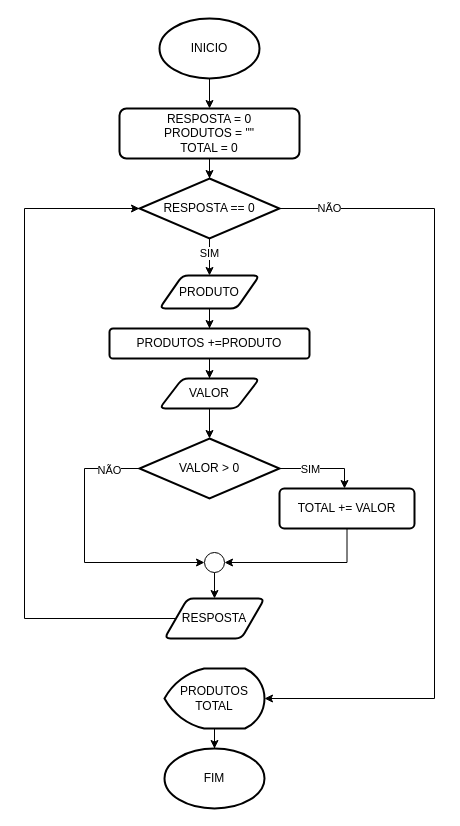
Above: Fluxo_Semana3_06.drawio in gabriel-carvalhos/fluxogramas-bootcamp-cdb (draw.io), before the change. Source tidied: cells renumbered, new cells numbered last; positions are measured from the earlier drawing's top-left corner, leaving out a move shared by most shapes. Both pictures are drawn from the tidied source at 100%, with x=0, y=0 at pixel (24, 18).
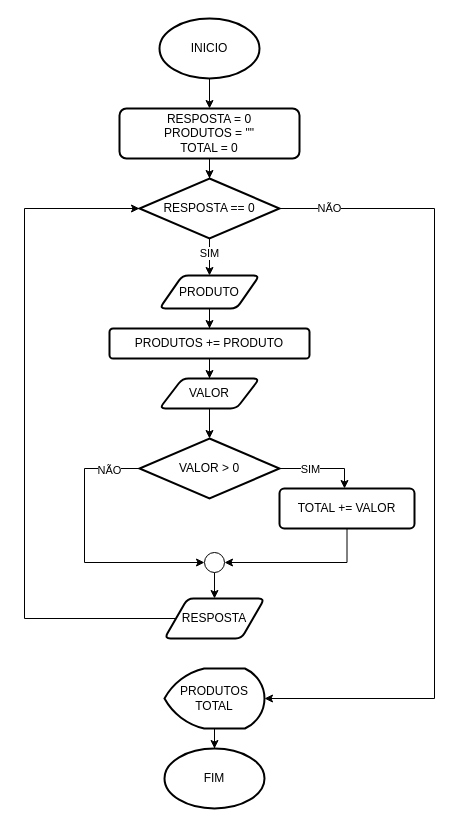
Above is the later version.

What changed in the source:
```diff
@@
-    <mxCell id="13" value="PRODUTOS +=PRODUTO" style="whiteSpace=wrap;html=1;strokeWidth=2;rounded=1;arcSize=12;" parent="1" vertex="1">
+    <mxCell id="13" value="PRODUTOS += PRODUTO" style="whiteSpace=wrap;html=1;strokeWidth=2;rounded=1;arcSize=12;" parent="1" vertex="1">
       <mxGeometry x="85" y="310" width="200" height="30" as="geometry" />
     </mxCell>
```
